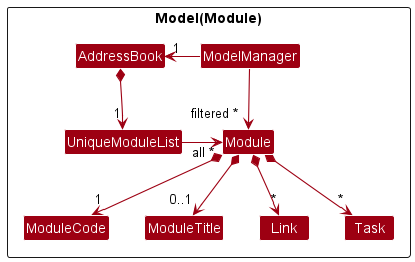
Before: docs/images/ModelModuleClassDiagram.png, a diagram exported from PlantUML (nus-cs2103-AY2223S1/tp). Its diagram source:
```plantuml
@startuml
!include style.puml
skinparam arrowThickness 1.1
skinparam arrowColor MODEL_COLOR
skinparam classBackgroundColor MODEL_COLOR

Package Model(Module) <<Rectangle>>{
Class AddressBook
Class ModelManager

Class UniqueModuleList
Class Module
Class ModuleCode
Class ModuleTitle
Class Link
Class Task
}

ModelManager -left-> "1" AddressBook

AddressBook *-down-> "1" UniqueModuleList
UniqueModuleList -right-> "all ~*" Module
Module *--> "1" ModuleCode
Module *--> "0..1" ModuleTitle
Module *--> "*" Link
Module *--> "*" Task

ModuleCode -[hidden]right-> ModuleTitle
ModuleTitle -[hidden]right-> Link
Link -[hidden]right-> Task

ModelManager --> "filtered ~*" Module
@enduml
```
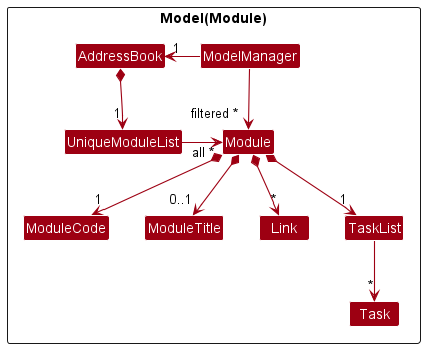
After the change.

Commit message:
Add usage scenarios for add/delete module feature

What changed in the source:
```diff
@@ -13,6 +13,7 @@
 Class ModuleCode
 Class ModuleTitle
 Class Link
+Class TaskList
 Class Task
 }
 
@@ -23,11 +24,13 @@
 Module *--> "1" ModuleCode
 Module *--> "0..1" ModuleTitle
 Module *--> "*" Link
-Module *--> "*" Task
+Module *--> "1" TaskList
 
 ModuleCode -[hidden]right-> ModuleTitle
 ModuleTitle -[hidden]right-> Link
-Link -[hidden]right-> Task
+Link -[hidden]right-> TaskList
+
+TaskList -down-> "*" Task
 
 ModelManager --> "filtered ~*" Module
 @enduml
```
